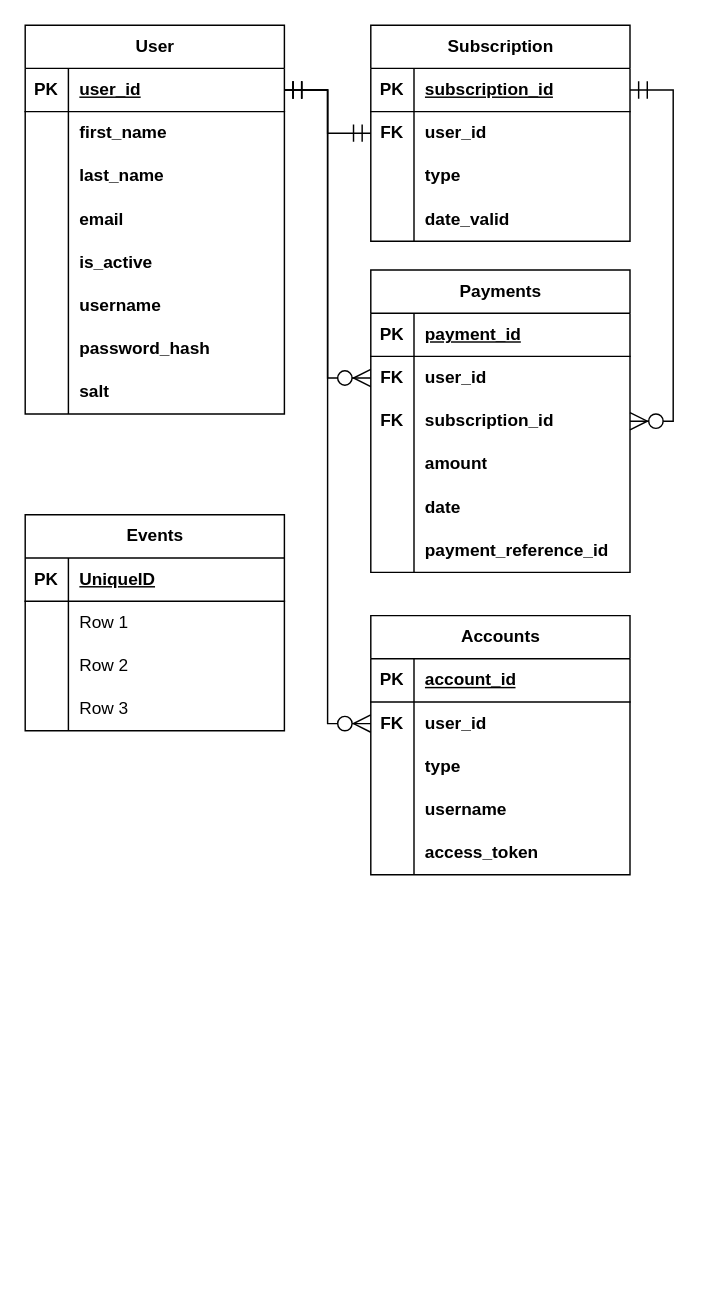
The draw.io diagram entityRelationshipDiagram.drawio in crypto-a/Calendarium, before the edit. Source tidied: cells renumbered, new cells numbered last; positions are measured from the earlier drawing's top-left corner, leaving out a move shared by most shapes. Both pictures are drawn from the tidied source at 144%, with x=0, y=0 at pixel (-19, 24).
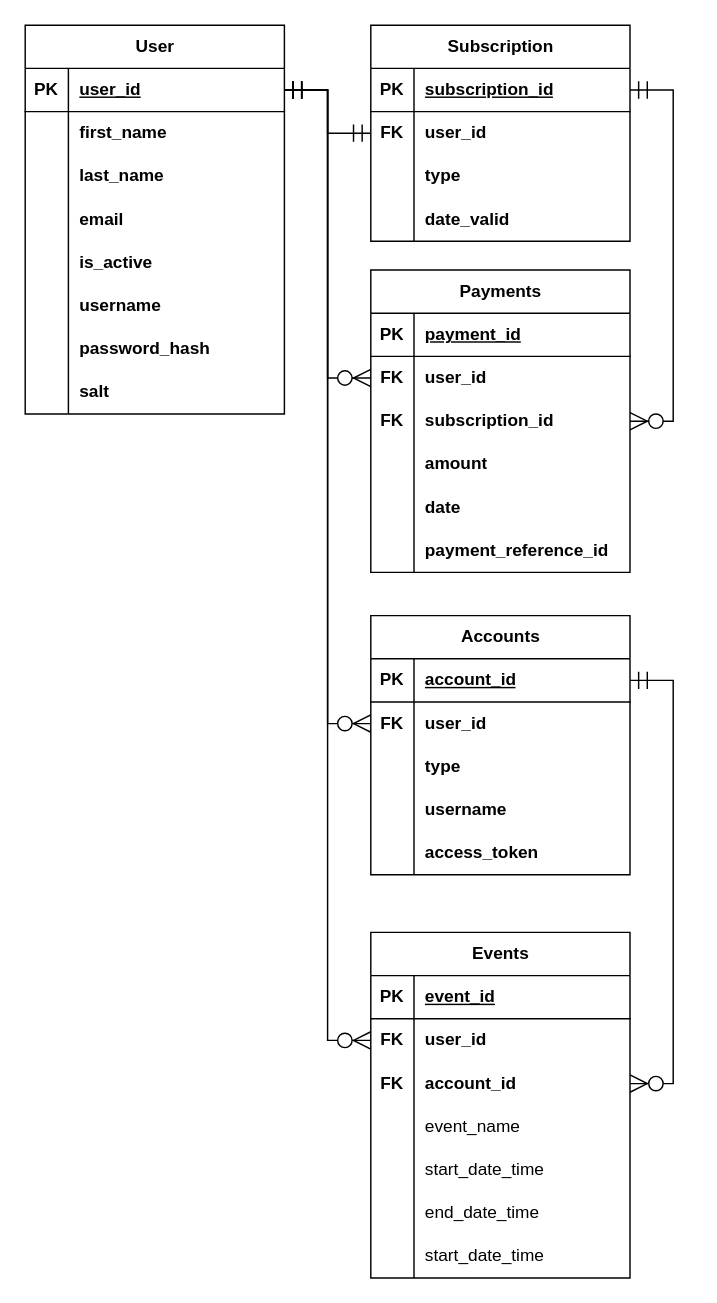
The same diagram, later.

The change refers to these unchanged cells:
```xml
<mxCell id="3" style="shape=tableRow;horizontal=0;startSize=0;swimlaneHead=0;swimlaneBody=0;fillColor=none;points=[[0,0.5],[1,0.5]];portConstraint=eastwest;top=0;left=0;right=0;bottom=1;" parent="2" vertex="1">
  <mxGeometry y="30" width="180" height="30" as="geometry" />
</mxCell>
<mxCell id="60" style="shape=tableRow;horizontal=0;startSize=0;swimlaneHead=0;swimlaneBody=0;fillColor=none;points=[[0,0.5],[1,0.5]];portConstraint=eastwest;top=0;left=0;right=0;bottom=1;" parent="59" vertex="1">
  <mxGeometry y="30" width="180" height="30" as="geometry" />
</mxCell>
<mxCell id="80" style="shape=tableRow;horizontal=0;startSize=0;swimlaneHead=0;swimlaneBody=0;fillColor=none;top=0;left=0;right=0;bottom=1;" parent="79" vertex="1">
  <mxGeometry y="30" width="180" height="30" as="geometry" />
</mxCell>
<mxCell id="83" style="shape=tableRow;horizontal=0;startSize=0;swimlaneHead=0;swimlaneBody=0;fillColor=none;points=[[0,0.5],[1,0.5]];portConstraint=eastwest;top=0;left=0;right=0;bottom=0;" parent="79" vertex="1">
  <mxGeometry y="60" width="180" height="30" as="geometry" />
</mxCell>
```

Change to the diagram source:
```diff
@@
     <mxCell id="79" value="Events" style="shape=table;startSize=30;childLayout=tableLayout;rowLines=0;fontStyle=1;align=center;html=1;" parent="1" vertex="1">
-      <mxGeometry x="30" y="340" width="180" height="150" as="geometry" />
+      <mxGeometry x="270" y="630" width="180" height="240" as="geometry" />
     </mxCell>
@@
-    <mxCell id="82" value="UniqueID" style="shape=partialRectangle;fillColor=none;top=0;left=0;bottom=0;right=0;align=left;spacingLeft=6;fontStyle=5;overflow=hidden;whiteSpace=wrap;html=1;" parent="80" vertex="1">
+    <mxCell id="82" value="event_id" style="shape=partialRectangle;fillColor=none;top=0;left=0;bottom=0;right=0;align=left;spacingLeft=6;fontStyle=5;overflow=hidden;whiteSpace=wrap;html=1;" parent="80" vertex="1">
       <mxGeometry x="30" width="150" height="30" as="geometry" />
     </mxCell>
@@
-    <mxCell id="84" style="shape=partialRectangle;fillColor=none;top=0;left=0;bottom=0;right=0;overflow=hidden;whiteSpace=wrap;html=1;" parent="83" vertex="1">
+    <mxCell id="84" value="&lt;b&gt;FK&lt;/b&gt;" style="shape=partialRectangle;fillColor=none;top=0;left=0;bottom=0;right=0;overflow=hidden;whiteSpace=wrap;html=1;" parent="83" vertex="1">
       <mxGeometry width="30" height="30" as="geometry" />
     </mxCell>
-    <mxCell id="85" value="Row 1" style="shape=partialRectangle;fillColor=none;top=0;left=0;bottom=0;right=0;align=left;spacingLeft=6;overflow=hidden;whiteSpace=wrap;html=1;" parent="83" vertex="1">
+    <mxCell id="85" value="&lt;b&gt;user_id&lt;/b&gt;" style="shape=partialRectangle;fillColor=none;top=0;left=0;bottom=0;right=0;align=left;spacingLeft=6;overflow=hidden;whiteSpace=wrap;html=1;" parent="83" vertex="1">
       <mxGeometry x="30" width="150" height="30" as="geometry" />
     </mxCell>
+    <mxCell id="92" style="shape=tableRow;horizontal=0;startSize=0;swimlaneHead=0;swimlaneBody=0;fillColor=none;points=[[0,0.5],[1,0.5]];portConstraint=eastwest;top=0;left=0;right=0;bottom=0;" parent="79" vertex="1">
+      <mxGeometry y="90" width="180" height="30" as="geometry" />
+    </mxCell>
+    <mxCell id="93" value="&lt;b&gt;FK&lt;/b&gt;" style="shape=partialRectangle;fillColor=none;top=0;left=0;bottom=0;right=0;overflow=hidden;whiteSpace=wrap;html=1;" parent="92" vertex="1">
+      <mxGeometry width="30" height="30" as="geometry" />
+    </mxCell>
+    <mxCell id="94" value="&lt;b&gt;account_id&lt;/b&gt;" style="shape=partialRectangle;fillColor=none;top=0;left=0;bottom=0;right=0;align=left;spacingLeft=6;overflow=hidden;whiteSpace=wrap;html=1;" parent="92" vertex="1">
+      <mxGeometry x="30" width="150" height="30" as="geometry" />
+    </mxCell>
     <mxCell id="86" style="shape=tableRow;horizontal=0;startSize=0;swimlaneHead=0;swimlaneBody=0;fillColor=none;top=0;left=0;right=0;bottom=0;" parent="79" vertex="1">
-      <mxGeometry y="90" width="180" height="30" as="geometry" />
+      <mxGeometry y="120" width="180" height="30" as="geometry" />
     </mxCell>
@@
-    <mxCell id="88" value="Row 2" style="shape=partialRectangle;fillColor=none;top=0;left=0;bottom=0;right=0;align=left;spacingLeft=6;overflow=hidden;whiteSpace=wrap;html=1;" parent="86" vertex="1">
+    <mxCell id="88" value="event_name" style="shape=partialRectangle;fillColor=none;top=0;left=0;bottom=0;right=0;align=left;spacingLeft=6;overflow=hidden;whiteSpace=wrap;html=1;" parent="86" vertex="1">
       <mxGeometry x="30" width="150" height="30" as="geometry" />
     </mxCell>
     <mxCell id="89" style="shape=tableRow;horizontal=0;startSize=0;swimlaneHead=0;swimlaneBody=0;fillColor=none;top=0;left=0;right=0;bottom=0;" parent="79" vertex="1">
-      <mxGeometry y="120" width="180" height="30" as="geometry" />
+      <mxGeometry y="150" width="180" height="30" as="geometry" />
     </mxCell>
@@
-    <mxCell id="91" value="Row 3" style="shape=partialRectangle;fillColor=none;top=0;left=0;bottom=0;right=0;align=left;spacingLeft=6;overflow=hidden;whiteSpace=wrap;html=1;" parent="89" vertex="1">
+    <mxCell id="91" value="start_date_time" style="shape=partialRectangle;fillColor=none;top=0;left=0;bottom=0;right=0;align=left;spacingLeft=6;overflow=hidden;whiteSpace=wrap;html=1;" parent="89" vertex="1">
       <mxGeometry x="30" width="150" height="30" as="geometry" />
     </mxCell>
+    <mxCell id="95" style="shape=tableRow;horizontal=0;startSize=0;swimlaneHead=0;swimlaneBody=0;fillColor=none;top=0;left=0;right=0;bottom=0;" parent="79" vertex="1">
+      <mxGeometry y="180" width="180" height="30" as="geometry" />
+    </mxCell>
+    <mxCell id="96" style="shape=partialRectangle;fillColor=none;top=0;left=0;bottom=0;right=0;overflow=hidden;whiteSpace=wrap;html=1;" parent="95" vertex="1">
+      <mxGeometry width="30" height="30" as="geometry" />
+    </mxCell>
+    <mxCell id="97" value="end_date_time" style="shape=partialRectangle;fillColor=none;top=0;left=0;bottom=0;right=0;align=left;spacingLeft=6;overflow=hidden;whiteSpace=wrap;html=1;" parent="95" vertex="1">
+      <mxGeometry x="30" width="150" height="30" as="geometry" />
+    </mxCell>
+    <mxCell id="98" style="shape=tableRow;horizontal=0;startSize=0;swimlaneHead=0;swimlaneBody=0;fillColor=none;top=0;left=0;right=0;bottom=0;" parent="79" vertex="1">
+      <mxGeometry y="210" width="180" height="30" as="geometry" />
+    </mxCell>
+    <mxCell id="99" style="shape=partialRectangle;fillColor=none;top=0;left=0;bottom=0;right=0;overflow=hidden;whiteSpace=wrap;html=1;" parent="98" vertex="1">
+      <mxGeometry width="30" height="30" as="geometry" />
+    </mxCell>
+    <mxCell id="100" value="start_date_time" style="shape=partialRectangle;fillColor=none;top=0;left=0;bottom=0;right=0;align=left;spacingLeft=6;overflow=hidden;whiteSpace=wrap;html=1;" parent="98" vertex="1">
+      <mxGeometry x="30" width="150" height="30" as="geometry" />
+    </mxCell>
+    <mxCell id="101" style="edgeStyle=entityRelationEdgeStyle;fontSize=12;html=1;endArrow=ERzeroToMany;startArrow=ERmandOne;rounded=0;endSize=10;startSize=10;entryX=0;entryY=0.5;entryDx=0;entryDy=0;exitX=1;exitY=0.5;exitDx=0;exitDy=0;targetPerimeterSpacing=0;" parent="1" edge="1" source="3" target="83">
+      <mxGeometry relative="1" as="geometry" />
+    </mxCell>
+    <mxCell id="102" style="edgeStyle=entityRelationEdgeStyle;fontSize=12;html=1;endArrow=ERzeroToMany;startArrow=ERmandOne;rounded=0;endSize=10;startSize=10;exitX=1;exitY=0.5;exitDx=0;exitDy=0;entryX=1;entryY=0.5;entryDx=0;entryDy=0;" parent="1" edge="1" source="60" target="92">
+      <mxGeometry relative="1" as="geometry" />
+    </mxCell>
```
